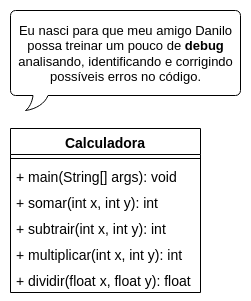
DaniloTC/assets keeps this draw.io diagram as calculadora.png. Above is the earlier version. Source tidied: cells renumbered, new cells last; positions are measured from the earlier drawing's top-left corner, leaving out a move shared by most shapes. Its diagram source:
```xml
<mxGraphModel>
  <root>
    <mxCell id="0" />
    <mxCell id="1" parent="0" />
    <mxCell id="2" value="Calculadora" style="swimlane;fontStyle=1;align=center;verticalAlign=top;horizontal=1;startSize=26;rounded=0;fontSize=14;" parent="1" vertex="1">
      <mxGeometry x="10" y="128" width="190" height="164" as="geometry" />
    </mxCell>
    <mxCell id="3" style="line;strokeWidth=1;fillColor=none;align=left;verticalAlign=middle;spacingTop=-1;spacingLeft=3;spacingRight=3;labelPosition=right;strokeColor=inherit;rounded=0;fontSize=14;" parent="2" vertex="1">
      <mxGeometry y="26" width="190" height="8" as="geometry" />
    </mxCell>
    <mxCell id="4" value="+ main(String[] args): void" style="text;strokeColor=none;fillColor=none;align=left;verticalAlign=top;spacingLeft=4;spacingRight=4;overflow=hidden;rounded=0;fontSize=14;" parent="2" vertex="1">
      <mxGeometry y="34" width="190" height="26" as="geometry" />
    </mxCell>
    <mxCell id="5" value="+ somar(int x, int y): int" style="text;strokeColor=none;fillColor=none;align=left;verticalAlign=top;spacingLeft=4;spacingRight=4;overflow=hidden;rounded=0;fontSize=14;" parent="2" vertex="1">
      <mxGeometry y="60" width="190" height="26" as="geometry" />
    </mxCell>
    <mxCell id="6" value="+ subtrair(int x, int y): int" style="text;strokeColor=none;fillColor=none;align=left;verticalAlign=top;spacingLeft=4;spacingRight=4;overflow=hidden;rounded=0;fontSize=14;" parent="2" vertex="1">
      <mxGeometry y="86" width="190" height="26" as="geometry" />
    </mxCell>
    <mxCell id="7" value="+ multiplicar(int x, int y): int" style="text;strokeColor=none;fillColor=none;align=left;verticalAlign=top;spacingLeft=4;spacingRight=4;overflow=hidden;rounded=0;fontSize=14;" parent="2" vertex="1">
      <mxGeometry y="112" width="190" height="26" as="geometry" />
    </mxCell>
    <mxCell id="8" value="+ dividir(float x, float y): float" style="text;strokeColor=none;fillColor=none;align=left;verticalAlign=top;spacingLeft=4;spacingRight=4;overflow=hidden;rounded=0;fontSize=14;" parent="2" vertex="1">
      <mxGeometry y="138" width="190" height="26" as="geometry" />
    </mxCell>
    <mxCell id="9" style="rounded=0;whiteSpace=wrap;html=1;shadow=0;glass=0;labelBackgroundColor=none;labelBorderColor=none;sketch=0;strokeColor=none;fontSize=13;fontColor=default;fillColor=none;gradientColor=none;" parent="1" vertex="1">
      <mxGeometry width="250" height="300" as="geometry" />
    </mxCell>
    <mxCell id="10" style="whiteSpace=wrap;html=1;shape=mxgraph.basic.roundRectCallout;dx=30;dy=15;size=5;boundedLbl=1;rounded=0;shadow=0;glass=0;labelBackgroundColor=none;labelBorderColor=none;sketch=0;strokeColor=default;fontSize=13;fontColor=default;fillColor=default;gradientColor=none;" parent="1" vertex="1">
      <mxGeometry x="10" y="10" width="230" height="100" as="geometry" />
    </mxCell>
    <mxCell id="11" value="&lt;br style=&quot;font-size: 13px;&quot;&gt;Eu nasci&amp;nbsp;para que meu amigo Danilo possa treinar um pouco de &lt;b&gt;debug&lt;/b&gt; analisando, identificando e corrigindo possíveis erros no código." style="text;html=1;strokeColor=none;fillColor=none;spacing=5;spacingTop=-20;whiteSpace=wrap;overflow=hidden;rounded=0;fontSize=13;fontColor=default;fontStyle=0;align=center;" parent="1" vertex="1">
      <mxGeometry x="12.5" y="16.5" width="225" height="71" as="geometry" />
    </mxCell>
  </root>
</mxGraphModel>
```
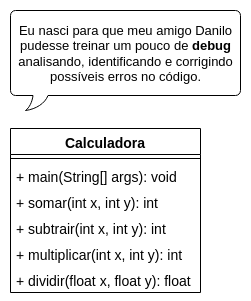
After the commit.

Commit message:
Adicionando atualizacao no diagrama

Change to the diagram source:
```diff
@@ -29,7 +29,7 @@
     <mxCell id="10" style="whiteSpace=wrap;html=1;shape=mxgraph.basic.roundRectCallout;dx=30;dy=15;size=5;boundedLbl=1;rounded=0;shadow=0;glass=0;labelBackgroundColor=none;labelBorderColor=none;sketch=0;strokeColor=default;fontSize=13;fontColor=default;fillColor=default;gradientColor=none;" parent="1" vertex="1">
       <mxGeometry x="10" y="10" width="230" height="100" as="geometry" />
     </mxCell>
-    <mxCell id="11" value="&lt;br style=&quot;font-size: 13px;&quot;&gt;Eu nasci&amp;nbsp;para que meu amigo Danilo possa treinar um pouco de &lt;b&gt;debug&lt;/b&gt; analisando, identificando e corrigindo possíveis erros no código." style="text;html=1;strokeColor=none;fillColor=none;spacing=5;spacingTop=-20;whiteSpace=wrap;overflow=hidden;rounded=0;fontSize=13;fontColor=default;fontStyle=0;align=center;" parent="1" vertex="1">
+    <mxCell id="11" value="&lt;br style=&quot;font-size: 13px;&quot;&gt;Eu nasci&amp;nbsp;para que meu amigo Danilo pudesse treinar um pouco de &lt;b&gt;debug&lt;/b&gt; analisando, identificando e corrigindo possíveis erros no código." style="text;html=1;strokeColor=none;fillColor=none;spacing=5;spacingTop=-20;whiteSpace=wrap;overflow=hidden;rounded=0;fontSize=13;fontColor=default;fontStyle=0;align=center;" parent="1" vertex="1">
       <mxGeometry x="12.5" y="16.5" width="225" height="71" as="geometry" />
     </mxCell>
   </root>
```
